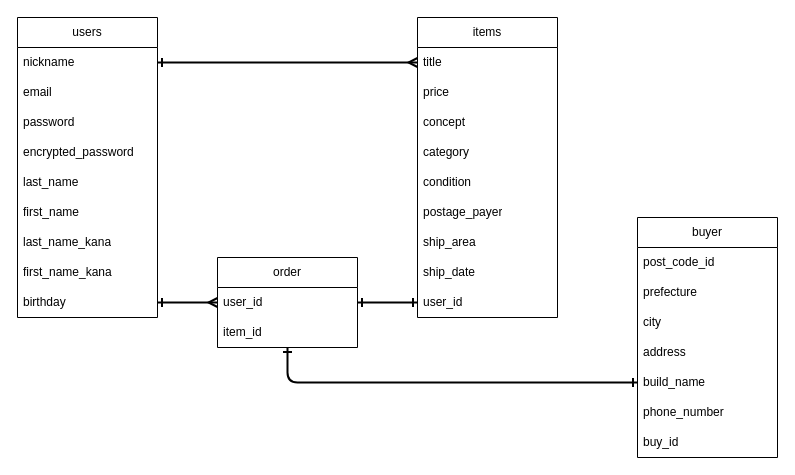
Earlier version of the draw.io diagram er.dio (nobuyuki-hirai/furima-38643). Source tidied: cells renumbered, new cells numbered last; positions are measured from the earlier drawing's top-left corner, leaving out a move shared by most shapes. Both pictures are drawn from the tidied source at 100%, with x=0, y=0 at pixel (17, 17).
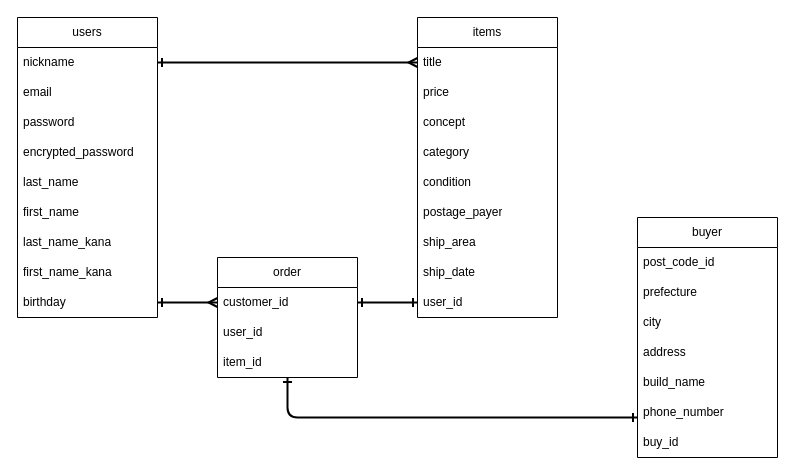
Above is the later version.

Commit message (it also covers changes not shown here):
DB設計　カラム名変更

The change refers to these unchanged cells:
```xml
<mxCell id="11" value="birthday" style="text;strokeColor=none;fillColor=none;align=left;verticalAlign=middle;spacingLeft=4;spacingRight=4;overflow=hidden;points=[[0,0.5],[1,0.5]];portConstraint=eastwest;whiteSpace=wrap;html=1;" parent="2" vertex="1">
  <mxGeometry y="270" width="140" height="30" as="geometry" />
</mxCell>
<mxCell id="21" value="user_id" style="text;strokeColor=none;fillColor=none;align=left;verticalAlign=middle;spacingLeft=4;spacingRight=4;overflow=hidden;points=[[0,0.5],[1,0.5]];portConstraint=eastwest;whiteSpace=wrap;html=1;" parent="12" vertex="1">
  <mxGeometry y="270" width="140" height="30" as="geometry" />
</mxCell>
<mxCell id="27" value="build_name" style="text;strokeColor=none;fillColor=none;align=left;verticalAlign=middle;spacingLeft=4;spacingRight=4;overflow=hidden;points=[[0,0.5],[1,0.5]];portConstraint=eastwest;whiteSpace=wrap;html=1;" parent="22" vertex="1">
  <mxGeometry y="150" width="140" height="30" as="geometry" />
</mxCell>
<mxCell id="28" value="phone_number" style="text;strokeColor=none;fillColor=none;align=left;verticalAlign=middle;spacingLeft=4;spacingRight=4;overflow=hidden;points=[[0,0.5],[1,0.5]];portConstraint=eastwest;whiteSpace=wrap;html=1;" parent="22" vertex="1">
  <mxGeometry y="180" width="140" height="30" as="geometry" />
</mxCell>
```

Diff of the diagram source:
```diff
@@
     <mxCell id="31" value="order" style="swimlane;fontStyle=0;horizontal=1;startSize=30;whiteSpace=wrap;html=1;" parent="1" vertex="1">
-      <mxGeometry x="200" y="240" width="140" height="90" as="geometry" />
+      <mxGeometry x="200" y="240" width="140" height="120" as="geometry" />
     </mxCell>
+    <mxCell id="37" value="customer_id" style="text;strokeColor=none;fillColor=none;align=left;verticalAlign=middle;spacingLeft=4;spacingRight=4;overflow=hidden;points=[[0,0.5],[1,0.5]];portConstraint=eastwest;whiteSpace=wrap;html=1;" parent="31" vertex="1">
+      <mxGeometry y="30" width="140" height="30" as="geometry" />
+    </mxCell>
     <mxCell id="32" value="user_id" style="text;strokeColor=none;fillColor=none;align=left;verticalAlign=middle;spacingLeft=4;spacingRight=4;overflow=hidden;points=[[0,0.5],[1,0.5]];portConstraint=eastwest;whiteSpace=wrap;html=1;" parent="31" vertex="1">
-      <mxGeometry y="30" width="140" height="30" as="geometry" />
+      <mxGeometry y="60" width="140" height="30" as="geometry" />
     </mxCell>
     <mxCell id="33" value="item_id" style="text;strokeColor=none;fillColor=none;align=left;verticalAlign=middle;spacingLeft=4;spacingRight=4;overflow=hidden;whiteSpace=wrap;html=1;" parent="31" vertex="1">
-      <mxGeometry y="60" width="140" height="30" as="geometry" />
+      <mxGeometry y="90" width="140" height="30" as="geometry" />
     </mxCell>
-    <mxCell id="34" style="edgeStyle=none;html=1;exitX=0;exitY=0.5;exitDx=0;exitDy=0;entryX=1;entryY=0.5;entryDx=0;entryDy=0;strokeWidth=2;startArrow=ERmany;startFill=0;endArrow=ERone;endFill=0;" parent="1" edge="1" source="32" target="11">
+    <mxCell id="34" style="edgeStyle=none;html=1;exitX=0;exitY=0.5;exitDx=0;exitDy=0;entryX=1;entryY=0.5;entryDx=0;entryDy=0;strokeWidth=2;startArrow=ERmany;startFill=0;endArrow=ERone;endFill=0;" parent="1" edge="1" source="37" target="11">
       <mxGeometry relative="1" as="geometry" />
     </mxCell>
-    <mxCell id="35" style="edgeStyle=none;html=1;exitX=1;exitY=0.5;exitDx=0;exitDy=0;entryX=0;entryY=0.5;entryDx=0;entryDy=0;strokeWidth=2;startArrow=ERone;startFill=0;endArrow=ERone;endFill=0;" parent="1" edge="1" source="32" target="21">
+    <mxCell id="35" style="edgeStyle=none;html=1;exitX=1;exitY=0.5;exitDx=0;exitDy=0;entryX=0;entryY=0.5;entryDx=0;entryDy=0;strokeWidth=2;startArrow=ERone;startFill=0;endArrow=ERone;endFill=0;" parent="1" edge="1" source="37" target="21">
       <mxGeometry relative="1" as="geometry" />
     </mxCell>
-    <mxCell id="36" style="edgeStyle=none;html=1;strokeWidth=2;startArrow=ERone;startFill=0;endArrow=ERone;endFill=0;exitX=0;exitY=0.5;exitDx=0;exitDy=0;" parent="1" edge="1" source="27">
+    <mxCell id="36" style="edgeStyle=none;html=1;strokeWidth=2;startArrow=ERone;startFill=0;endArrow=ERone;endFill=0;exitX=0;exitY=0.667;exitDx=0;exitDy=0;exitPerimeter=0;" parent="1" edge="1" source="28">
       <mxGeometry relative="1" as="geometry">
-        <mxPoint x="270" y="330" as="targetPoint" />
+        <mxPoint x="270" y="360" as="targetPoint" />
         <Array as="points">
-          <mxPoint x="270" y="365" />
+          <mxPoint x="270" y="400" />
         </Array>
       </mxGeometry>
     </mxCell>
```
